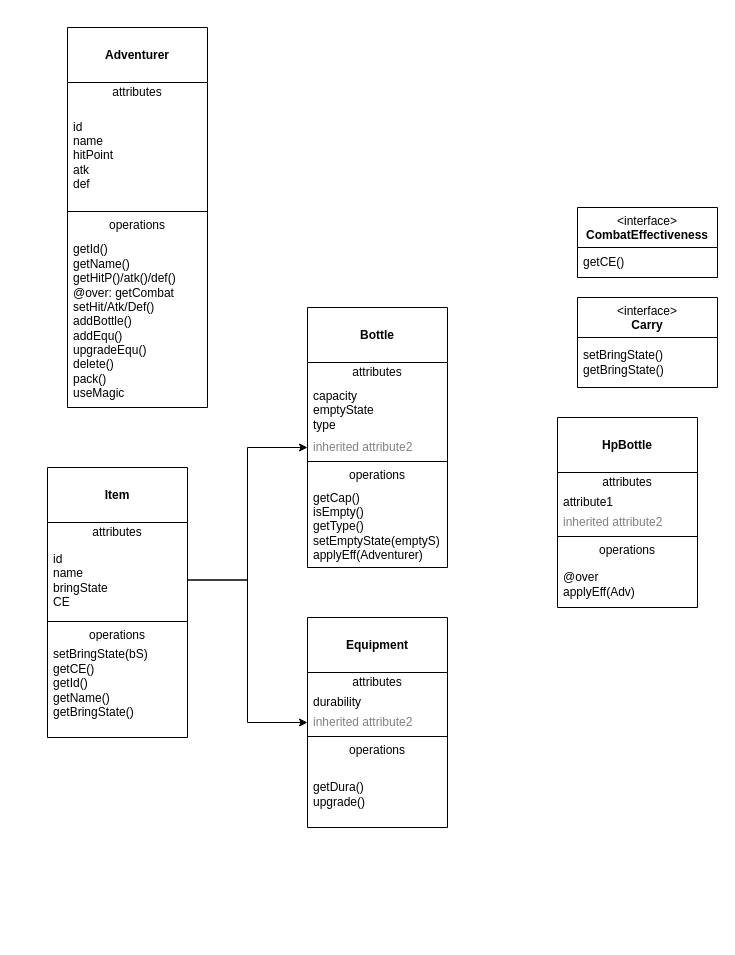
Before: oopre_UML.drawio in tsai-shiyuan/drawioPic, a draw.io diagram. Source tidied: cells renumbered, new cells numbered last; positions are measured from the earlier drawing's top-left corner, leaving out a move shared by most shapes. Both pictures are drawn from the tidied source at 100%, with x=0, y=0 at pixel (47, 27).
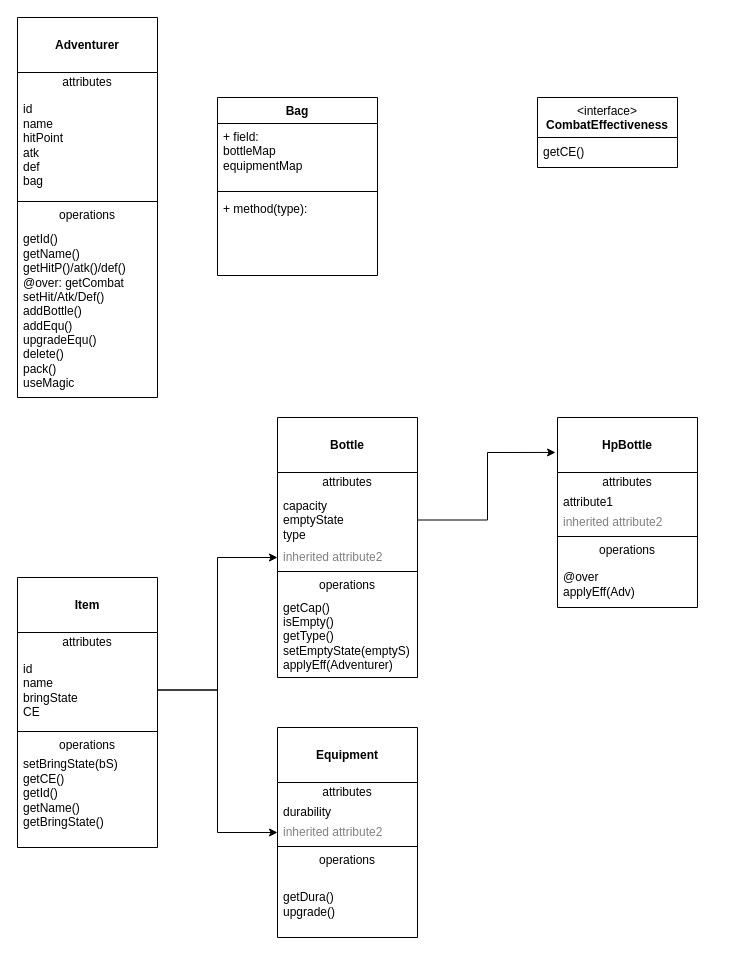
The same page after the edit.

The change refers to these unchanged cells:
```xml
<mxCell id="20" value="capacity&lt;div&gt;emptyState&lt;/div&gt;&lt;div&gt;type&lt;/div&gt;" style="text;html=1;strokeColor=none;fillColor=none;align=left;verticalAlign=middle;spacingLeft=4;spacingRight=4;overflow=hidden;points=[[0,0.5],[1,0.5]];portConstraint=eastwest;whiteSpace=wrap;" parent="18" vertex="1">
  <mxGeometry y="75" width="140" height="55" as="geometry" />
</mxCell>
<mxCell id="34" value="&lt;br&gt;&lt;b&gt;HpBottle&lt;/b&gt;" style="swimlane;fontStyle=0;align=center;verticalAlign=top;horizontal=1;startSize=55;html=1;whiteSpace=wrap;" parent="1" vertex="1">
  <mxGeometry x="510" y="390" width="140" height="190" as="geometry" />
</mxCell>
```

The edit, as a diff of the source:
```diff
@@
     <mxCell id="2" value="&lt;br&gt;&lt;b&gt;Adventurer&lt;/b&gt;" style="swimlane;fontStyle=0;align=center;verticalAlign=top;horizontal=1;startSize=55;html=1;whiteSpace=wrap;" parent="1" vertex="1">
-      <mxGeometry x="20" width="140" height="380" as="geometry" />
+      <mxGeometry x="-30" y="-10" width="140" height="380" as="geometry" />
     </mxCell>
@@
-    <mxCell id="4" value="id&lt;div&gt;name&lt;/div&gt;&lt;div&gt;hitPoint&lt;/div&gt;&lt;div&gt;atk&lt;/div&gt;&lt;div&gt;def&lt;/div&gt;" style="text;html=1;strokeColor=none;fillColor=none;align=left;verticalAlign=middle;spacingLeft=4;spacingRight=4;overflow=hidden;whiteSpace=wrap;" parent="2" vertex="1">
+    <mxCell id="4" value="id&lt;div&gt;name&lt;/div&gt;&lt;div&gt;hitPoint&lt;/div&gt;&lt;div&gt;atk&lt;/div&gt;&lt;div&gt;def&lt;/div&gt;&lt;div&gt;bag&lt;/div&gt;" style="text;html=1;strokeColor=none;fillColor=none;align=left;verticalAlign=middle;spacingLeft=4;spacingRight=4;overflow=hidden;whiteSpace=wrap;" parent="2" vertex="1">
       <mxGeometry y="75" width="140" height="105" as="geometry" />
     </mxCell>
@@
     <mxCell id="8" value="&amp;lt;interface&amp;gt;&lt;br&gt;&lt;b&gt;CombatEffectiveness&lt;/b&gt;" style="swimlane;fontStyle=0;align=center;verticalAlign=top;horizontal=1;startSize=40;html=1;whiteSpace=wrap;" parent="1" vertex="1">
-      <mxGeometry x="530" y="180" width="140" height="70" as="geometry" />
+      <mxGeometry x="490" y="70" width="140" height="70" as="geometry" />
     </mxCell>
@@
-    <mxCell id="10" value="&amp;lt;interface&amp;gt;&lt;br&gt;&lt;b&gt;Carry&lt;/b&gt;" style="swimlane;fontStyle=0;align=center;verticalAlign=top;horizontal=1;startSize=40;html=1;whiteSpace=wrap;" parent="1" vertex="1">
-      <mxGeometry x="530" y="270" width="140" height="90" as="geometry" />
-    </mxCell>
-    <mxCell id="11" value="setBringState()&lt;div&gt;getBringState()&lt;/div&gt;" style="text;html=1;strokeColor=none;fillColor=none;align=left;verticalAlign=middle;spacingLeft=4;spacingRight=4;overflow=hidden;whiteSpace=wrap;" parent="10" vertex="1">
-      <mxGeometry y="40" width="140" height="50" as="geometry" />
-    </mxCell>
     <mxCell id="12" value="&lt;br&gt;&lt;b&gt;Item&lt;/b&gt;" style="swimlane;fontStyle=0;align=center;verticalAlign=top;horizontal=1;startSize=55;html=1;whiteSpace=wrap;" parent="1" vertex="1">
-      <mxGeometry y="440" width="140" height="270" as="geometry" />
+      <mxGeometry x="-30" y="550" width="140" height="270" as="geometry" />
     </mxCell>
@@
     <mxCell id="18" value="&lt;br&gt;&lt;b&gt;Bottle&lt;/b&gt;" style="swimlane;fontStyle=0;align=center;verticalAlign=top;horizontal=1;startSize=55;html=1;whiteSpace=wrap;" parent="1" vertex="1">
-      <mxGeometry x="260" y="280" width="140" height="260" as="geometry" />
+      <mxGeometry x="230" y="390" width="140" height="260" as="geometry" />
     </mxCell>
@@
     <mxCell id="26" value="&lt;br&gt;&lt;b&gt;Equipment&lt;/b&gt;" style="swimlane;fontStyle=0;align=center;verticalAlign=top;horizontal=1;startSize=55;html=1;whiteSpace=wrap;" parent="1" vertex="1">
-      <mxGeometry x="260" y="590" width="140" height="210" as="geometry" />
+      <mxGeometry x="230" y="700" width="140" height="210" as="geometry" />
     </mxCell>
@@
+    <mxCell id="41" style="edgeStyle=orthogonalEdgeStyle;rounded=0;jettySize=auto;html=1;exitX=1;exitY=0.5;exitDx=0;exitDy=0;entryX=-0.014;entryY=0.184;entryDx=0;entryDy=0;entryPerimeter=0;" parent="1" edge="1" source="20" target="34">
+      <mxGeometry relative="1" as="geometry" />
+    </mxCell>
+    <mxCell id="42" value="Bag" style="swimlane;fontStyle=1;align=center;verticalAlign=top;horizontal=1;startSize=26;whiteSpace=wrap;html=1;" parent="1" vertex="1">
+      <mxGeometry x="170" y="70" width="160" height="178" as="geometry" />
+    </mxCell>
+    <mxCell id="43" value="+ field:&amp;nbsp;&lt;div&gt;bottleMap&lt;div&gt;equipmentMap&lt;/div&gt;&lt;/div&gt;" style="text;strokeColor=none;fillColor=none;align=left;verticalAlign=top;spacingLeft=4;spacingRight=4;overflow=hidden;whiteSpace=wrap;html=1;" parent="42" vertex="1">
+      <mxGeometry y="26" width="160" height="64" as="geometry" />
+    </mxCell>
+    <mxCell id="44" style="line;strokeWidth=1;fillColor=none;align=left;verticalAlign=middle;spacingTop=-1;spacingLeft=3;spacingRight=3;labelPosition=right;strokeColor=inherit;" parent="42" vertex="1">
+      <mxGeometry y="90" width="160" height="8" as="geometry" />
+    </mxCell>
+    <mxCell id="45" value="+ method(type):&amp;nbsp;&lt;div&gt;&lt;br&gt;&lt;/div&gt;" style="text;strokeColor=none;fillColor=none;align=left;verticalAlign=top;spacingLeft=4;spacingRight=4;overflow=hidden;whiteSpace=wrap;html=1;" parent="42" vertex="1">
+      <mxGeometry y="98" width="160" height="80" as="geometry" />
+    </mxCell>
```
